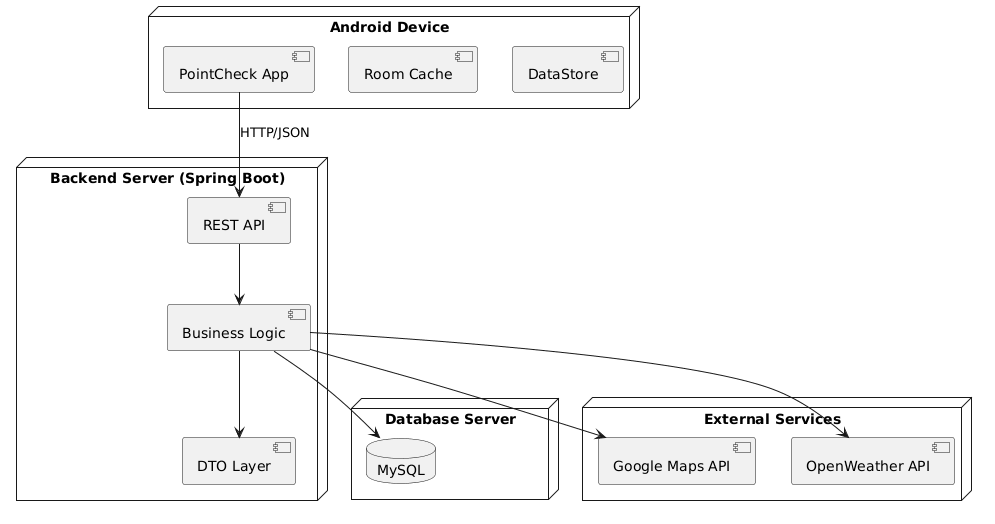
The PlantUML diagram Documentacion/4+1/VISTA FÍSICA (DESPLIEGUE REAL).png in ismaeljim/PointCheck, before a commit.
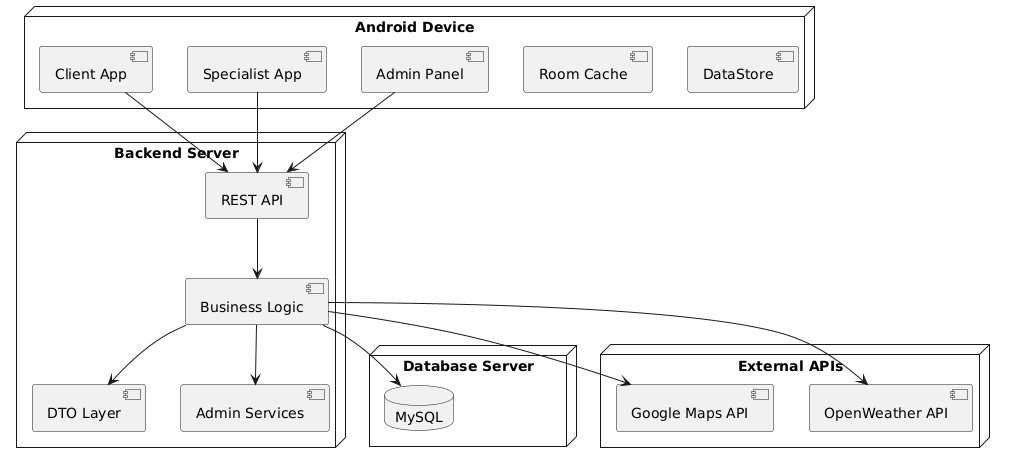
Later version of the same file.

Commit message:
Se agregan documentos 4+1 actualizados con admin

Change to the diagram source:
```diff
@@ -1,29 +1,42 @@
 @startuml
 node "Android Device" {
-  component "PointCheck App"
+
+  component "Client App"
+  component "Specialist App"
+  component "Admin Panel"
+
   component "Room Cache"
   component "DataStore"
 }
 
-node "Backend Server (Spring Boot)" {
+node "Backend Server" {
+
   component "REST API"
   component "Business Logic"
   component "DTO Layer"
+  component "Admin Services"
+
 }
 
 node "Database Server" {
   database "MySQL"
 }
 
-node "External Services" {
+node "External APIs" {
   component "Google Maps API"
   component "OpenWeather API"
 }
 
-"PointCheck App" --> "REST API" : HTTP/JSON
+"Client App" --> "REST API"
+"Specialist App" --> "REST API"
+"Admin Panel" --> "REST API"
+
 "REST API" --> "Business Logic"
 "Business Logic" --> "DTO Layer"
+"Business Logic" --> "Admin Services"
+
 "Business Logic" --> "MySQL"
+
 "Business Logic" --> "Google Maps API"
 "Business Logic" --> "OpenWeather API"
 @enduml
```
